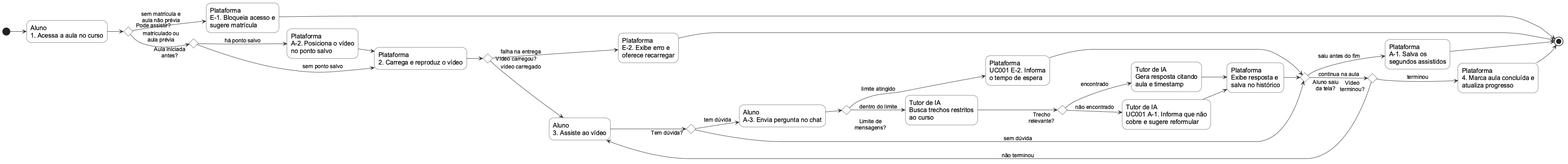
Before: especificacao/diagramas/11-atividades.png, a diagram exported from PlantUML (Plataforma-de-Cursos-TCC/plataforma-cursos-docs). Its source is kept beside it as especificacao/diagramas/11-atividades.puml.
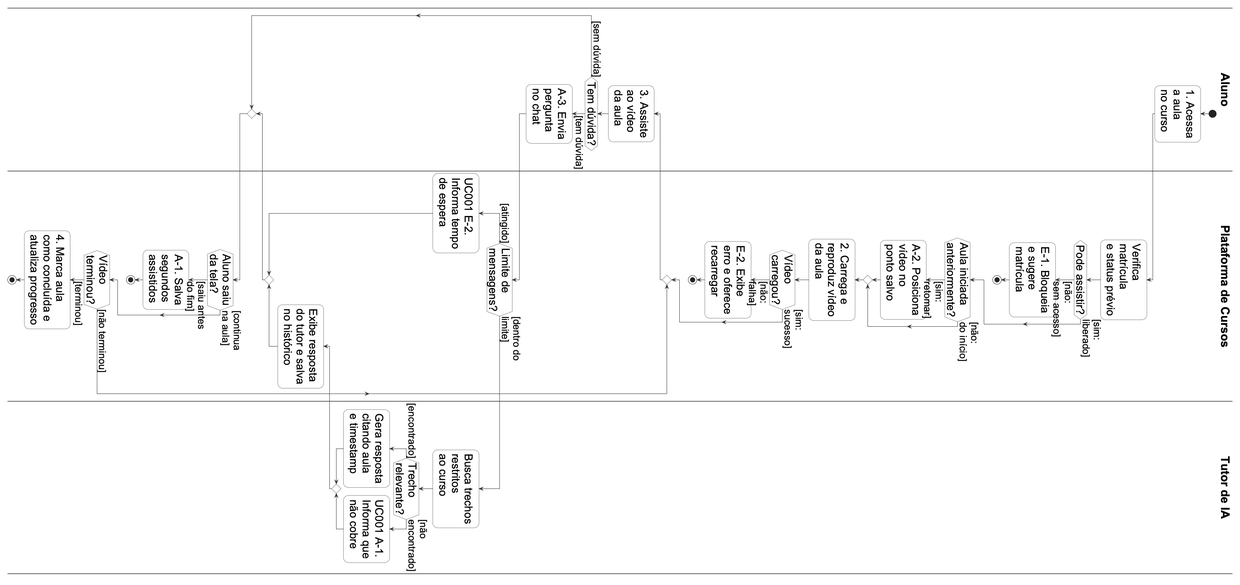
Above is the later version.

Commit message:
docs(spec): adjust activity diagram layout and aspect ratio for landscape

Diff of the diagram source:
```diff
@@ -1,63 +1,75 @@
 @startuml 11-atividades
-left to right direction
+
 skinparam shadowing false
 skinparam defaultFontName Arial
-skinparam defaultFontSize 16
-skinparam ArrowFontSize 14
+skinparam defaultFontSize 28
+skinparam ArrowFontSize 25
+skinparam ActivityFontSize 28
 skinparam ArrowColor #333333
 skinparam ActivityBackgroundColor white
 skinparam ActivityBorderColor black
 skinparam ActivityDiamondBackgroundColor white
 skinparam ActivityDiamondBorderColor black
+skinparam SwimlaneBorderColor black
+skinparam SwimlaneBorderThickness 1.2
+skinparam SwimlaneTitleFontSize 30
+skinparam SwimlaneTitleFontStyle bold
 
-(*) --> "Aluno\n1. Acessa a aula no curso"
---> if "Pode assistir?" then
-  -->[sem matrícula e\naula não prévia] "Plataforma\nE-1. Bloqueia acesso e\nsugere matrícula"
-  --> (*)
-else
-  -->[matriculado ou\naula prévia] if "Aula iniciada\nantes?" then
-    -->[há ponto salvo] "Plataforma\nA-2. Posiciona o vídeo\nno ponto salvo"
-    --> "Plataforma\n2. Carrega e reproduz o vídeo"
-  else
-    -->[sem ponto salvo] "Plataforma\n2. Carrega e reproduz o vídeo"
-  endif
+|Aluno|
+start
+:1. Acessa\na aula\nno curso;
+
+|Plataforma de Cursos|
+:Verifica\nmatrícula\ne status prévio;
+
+if (Pode assistir?) then ([não:\nsem acesso])
+  :E-1. Bloqueia\ne sugere\nmatrícula;
+  stop
+else ([sim:\nliberado])
 endif
 
-"Plataforma\n2. Carrega e reproduz o vídeo" --> if "Vídeo carregou?" then
-  -->[falha na entrega] "Plataforma\nE-2. Exibe erro e\noferece recarregar"
-  --> (*)
-else
-  -->[vídeo carregado] "Aluno\n3. Assiste ao vídeo"
+if (Aula iniciada\nanteriormente?) then ([sim:\nretomar])
+  :A-2. Posiciona\nvídeo no\nponto salvo;
+else ([não:\ndo início])
 endif
 
-"Aluno\n3. Assiste ao vídeo" --> if "Tem dúvida?" then
-  -->[tem dúvida] "Aluno\nA-3. Envia pergunta no chat"
-  --> if "Limite de\nmensagens?" then
-    -->[limite atingido] "Plataforma\nUC001 E-2. Informa\no tempo de espera"
-    --> if "Aluno saiu\nda tela?" as Saida then
-      -->[saiu antes do fim] "Plataforma\nA-1. Salva os\nsegundos assistidos"
-      --> (*)
-    else
-      -->[continua na aula] if "Vídeo\nterminou?" as Fim then
-        -->[terminou] "Plataforma\n4. Marca aula concluída e\natualiza progresso"
-        --> (*)
-      else
-        -->[não terminou] "Aluno\n3. Assiste ao vídeo"
-      endif
-    endif
-  else
-    -->[dentro do limite] "Tutor de IA\nBusca trechos restritos\nao curso"
-    --> if "Trecho\nrelevante?" then
-      -->[encontrado] "Tutor de IA\nGera resposta citando\naula e timestamp"
-      --> "Plataforma\nExibe resposta e\nsalva no histórico"
-    else
-      -->[não encontrado] "Tutor de IA\nUC001 A-1. Informa que não\ncobre e sugere reformular"
-      --> "Plataforma\nExibe resposta e\nsalva no histórico"
-    endif
-    --> Saida
-  endif
-else
-  -->[sem dúvida] Saida
+:2. Carrega e\nreproduz vídeo\nda aula;
+
+if (Vídeo\ncarregou?) then ([não:\nfalha])
+  :E-2. Exibe\nerro e oferece\nrecarregar;
+  stop
+else ([sim:\nsucesso])
 endif
 
+repeat
+  |Aluno|
+  :3. Assiste\nao vídeo\nda aula;
+  if (Tem dúvida?) then ([tem dúvida])
+    :A-3. Envia\npergunta\nno chat;
+    |Plataforma de Cursos|
+    if (Limite de\nmensagens?) then ([atingido])
+      :UC001 E-2.\nInforma tempo\nde espera;
+    else ([dentro do\nlimite])
+      |Tutor de IA|
+      :Busca trechos\nrestritos\nao curso;
+      if (Trecho\nrelevante?) then ([encontrado])
+        :Gera resposta\ncitando aula\ne timestamp;
+      else ([não\nencontrado])
+        :UC001 A-1.\nInforma que\nnão cobre;
+      endif
+      |Plataforma de Cursos|
+      :Exibe resposta\ndo tutor e salva\nno histórico;
+    endif
+  else ([sem dúvida])
+  endif
+  |Plataforma de Cursos|
+  if (Aluno saiu\nda tela?) then ([saiu antes\ndo fim])
+    :A-1. Salva\nsegundos\nassistidos;
+    stop
+  else ([continua\nna aula])
+  endif
+repeat while (Vídeo\nterminou?) is ([não terminou]) not ([terminou])
+
+:4. Marca aula\ncomo concluída e\natualiza progresso;
+stop
 @enduml
```
